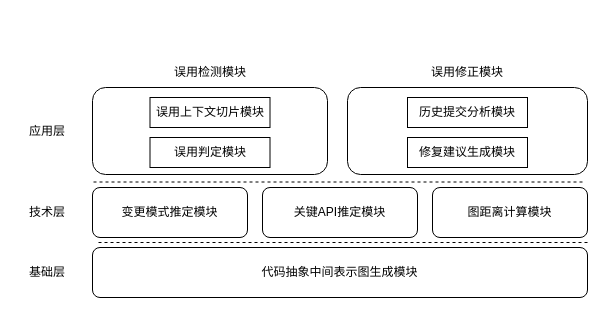
Before: 新整体架构.drawio in ToJ112/pic-md, a draw.io diagram. Source tidied: cells renumbered, new cells numbered last; positions are measured from the earlier drawing's top-left corner, leaving out a move shared by most shapes. Both pictures are drawn from the tidied source at 100%, with x=0, y=0 at pixel (17, 57).
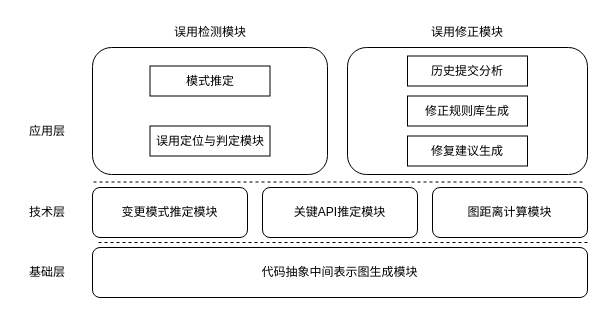
After the change.

Commit message (it also covers changes not shown here):
更新新整体架构.drawio

Diff of the diagram source:
```diff
@@
     <mxCell id="2" style="rounded=1;whiteSpace=wrap;html=1;fontFamily=宋体-简;" parent="1" vertex="1">
-      <mxGeometry x="330" y="30" width="240" height="87" as="geometry" />
+      <mxGeometry x="330" y="-10" width="240" height="127" as="geometry" />
     </mxCell>
     <mxCell id="3" style="rounded=1;whiteSpace=wrap;html=1;fontFamily=宋体-简;" parent="1" vertex="1">
-      <mxGeometry x="75" y="30" width="235" height="87" as="geometry" />
+      <mxGeometry x="75" y="-10" width="235" height="127" as="geometry" />
     </mxCell>
-    <mxCell id="4" value="历史提交分析模块" style="rounded=0;whiteSpace=wrap;html=1;fontFamily=宋体-简;" parent="1" vertex="1">
-      <mxGeometry x="390" y="40" width="120" height="30" as="geometry" />
+    <mxCell id="4" value="历史提交分析" style="rounded=0;whiteSpace=wrap;html=1;fontFamily=宋体-简;" parent="1" vertex="1">
+      <mxGeometry x="390" y="-1.5" width="120" height="30" as="geometry" />
     </mxCell>
-    <mxCell id="5" value="修复建议生成模块" style="rounded=0;whiteSpace=wrap;html=1;fontFamily=宋体-简;" parent="1" vertex="1">
-      <mxGeometry x="390" y="80" width="120" height="30" as="geometry" />
+    <mxCell id="5" value="修复建议生成" style="rounded=0;whiteSpace=wrap;html=1;fontFamily=宋体-简;" parent="1" vertex="1">
+      <mxGeometry x="390" y="78.5" width="120" height="30" as="geometry" />
     </mxCell>
-    <mxCell id="6" value="误用上下文切片模块" style="rounded=0;whiteSpace=wrap;html=1;fontFamily=宋体-简;" parent="1" vertex="1">
-      <mxGeometry x="132.5" y="40" width="120" height="30" as="geometry" />
+    <mxCell id="6" value="误用定位与判定模块" style="rounded=0;whiteSpace=wrap;html=1;fontFamily=宋体-简;" parent="1" vertex="1">
+      <mxGeometry x="132.5" y="68.5" width="120" height="30" as="geometry" />
     </mxCell>
     <mxCell id="7" value="误用检测模块" style="text;html=1;align=center;verticalAlign=middle;whiteSpace=wrap;rounded=0;fontFamily=宋体-简;" parent="1" vertex="1">
-      <mxGeometry x="152.5" width="80" height="30" as="geometry" />
+      <mxGeometry x="152.5" y="-40" width="80" height="30" as="geometry" />
     </mxCell>
     <mxCell id="8" value="误用修正模块" style="text;html=1;align=center;verticalAlign=middle;whiteSpace=wrap;rounded=0;fontFamily=宋体-简;" parent="1" vertex="1">
-      <mxGeometry x="410" width="80" height="30" as="geometry" />
+      <mxGeometry x="410" y="-40" width="80" height="30" as="geometry" />
     </mxCell>
@@
-    <mxCell id="18" value="误用判定模块" style="rounded=0;whiteSpace=wrap;html=1;fontFamily=宋体-简;" parent="1" vertex="1">
-      <mxGeometry x="132.5" y="80" width="120" height="30" as="geometry" />
-    </mxCell>
+    <mxCell id="19" value="模式推定" style="rounded=0;whiteSpace=wrap;html=1;fontFamily=宋体-简;" parent="1" vertex="1">
+      <mxGeometry x="132.5" y="8.5" width="120" height="30" as="geometry" />
+    </mxCell>
+    <mxCell id="20" value="修正规则库生成" style="rounded=0;whiteSpace=wrap;html=1;fontFamily=宋体-简;" parent="1" vertex="1">
+      <mxGeometry x="390" y="38.5" width="120" height="30" as="geometry" />
+    </mxCell>
```
